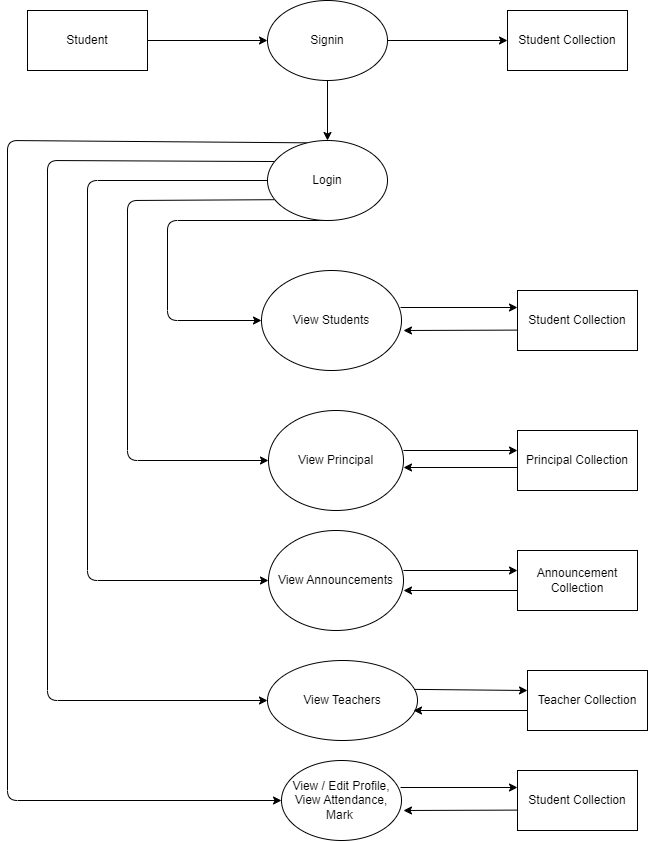
Before: DFD/level 1.3.png, a diagram exported from draw.io (rashinkp/Student-Management-System). Source tidied: cells renumbered, new cells last; positions are measured from the earlier drawing's top-left corner, leaving out a move shared by most shapes. Its diagram source:
```xml
<mxGraphModel>
  <root>
    <mxCell id="0" />
    <mxCell id="1" parent="0" />
    <mxCell id="2" style="edgeStyle=none;html=1;entryX=0;entryY=0.5;entryDx=0;entryDy=0;" parent="1" edge="1" source="3" target="24">
      <mxGeometry relative="1" as="geometry" />
    </mxCell>
    <mxCell id="3" value="Student" style="rounded=0;whiteSpace=wrap;html=1;" parent="1" vertex="1">
      <mxGeometry x="20" y="10" width="120" height="60" as="geometry" />
    </mxCell>
    <mxCell id="4" style="edgeStyle=none;html=1;entryX=0;entryY=0.5;entryDx=0;entryDy=0;exitX=0.5;exitY=1;exitDx=0;exitDy=0;" parent="1" edge="1" source="9" target="11">
      <mxGeometry relative="1" as="geometry">
        <Array as="points">
          <mxPoint x="160" y="220" />
          <mxPoint x="160" y="320" />
        </Array>
      </mxGeometry>
    </mxCell>
    <mxCell id="5" style="edgeStyle=none;html=1;entryX=0;entryY=0.5;entryDx=0;entryDy=0;exitX=0.055;exitY=0.74;exitDx=0;exitDy=0;exitPerimeter=0;" parent="1" edge="1" source="9" target="15">
      <mxGeometry relative="1" as="geometry">
        <Array as="points">
          <mxPoint x="120" y="200" />
          <mxPoint x="120" y="460" />
        </Array>
      </mxGeometry>
    </mxCell>
    <mxCell id="6" style="edgeStyle=none;html=1;entryX=0;entryY=0.5;entryDx=0;entryDy=0;" parent="1" edge="1" source="9" target="19">
      <mxGeometry relative="1" as="geometry">
        <Array as="points">
          <mxPoint x="80" y="180" />
          <mxPoint x="80" y="580" />
        </Array>
      </mxGeometry>
    </mxCell>
    <mxCell id="7" style="edgeStyle=none;html=1;entryX=0;entryY=0.5;entryDx=0;entryDy=0;exitX=0.058;exitY=0.263;exitDx=0;exitDy=0;exitPerimeter=0;" parent="1" edge="1" source="9" target="26">
      <mxGeometry relative="1" as="geometry">
        <Array as="points">
          <mxPoint x="40" y="160" />
          <mxPoint x="40" y="700" />
        </Array>
      </mxGeometry>
    </mxCell>
    <mxCell id="8" style="edgeStyle=none;html=1;entryX=0;entryY=0.5;entryDx=0;entryDy=0;exitX=0.331;exitY=0.029;exitDx=0;exitDy=0;exitPerimeter=0;" parent="1" edge="1" source="9" target="30">
      <mxGeometry relative="1" as="geometry">
        <Array as="points">
          <mxPoint y="140" />
          <mxPoint y="800" />
        </Array>
      </mxGeometry>
    </mxCell>
    <mxCell id="9" value="Login" style="ellipse;whiteSpace=wrap;html=1;" parent="1" vertex="1">
      <mxGeometry x="260" y="140" width="120" height="80" as="geometry" />
    </mxCell>
    <mxCell id="10" style="edgeStyle=none;html=1;exitX=0.993;exitY=0.37;exitDx=0;exitDy=0;exitPerimeter=0;" parent="1" edge="1" source="11">
      <mxGeometry relative="1" as="geometry">
        <mxPoint x="510" y="307" as="targetPoint" />
      </mxGeometry>
    </mxCell>
    <mxCell id="11" value="View Students" style="ellipse;whiteSpace=wrap;html=1;" parent="1" vertex="1">
      <mxGeometry x="254" y="270" width="140" height="100" as="geometry" />
    </mxCell>
    <mxCell id="12" style="edgeStyle=none;html=1;entryX=1.014;entryY=0.6;entryDx=0;entryDy=0;exitX=-0.002;exitY=0.66;exitDx=0;exitDy=0;exitPerimeter=0;entryPerimeter=0;" parent="1" edge="1" source="13" target="11">
      <mxGeometry relative="1" as="geometry" />
    </mxCell>
    <mxCell id="13" value="Student Collection" style="rounded=0;whiteSpace=wrap;html=1;" parent="1" vertex="1">
      <mxGeometry x="510" y="290" width="120" height="60" as="geometry" />
    </mxCell>
    <mxCell id="14" style="edgeStyle=none;html=1;entryX=0;entryY=0.5;entryDx=0;entryDy=0;" parent="1" edge="1">
      <mxGeometry relative="1" as="geometry">
        <mxPoint x="396" y="450" as="sourcePoint" />
        <mxPoint x="510" y="450" as="targetPoint" />
      </mxGeometry>
    </mxCell>
    <mxCell id="15" value="View Principal" style="ellipse;whiteSpace=wrap;html=1;" parent="1" vertex="1">
      <mxGeometry x="261" y="410" width="135" height="100" as="geometry" />
    </mxCell>
    <mxCell id="16" style="edgeStyle=none;html=1;" parent="1" edge="1">
      <mxGeometry relative="1" as="geometry">
        <mxPoint x="510" y="467" as="sourcePoint" />
        <mxPoint x="396" y="467" as="targetPoint" />
      </mxGeometry>
    </mxCell>
    <mxCell id="17" value="Principal Collection" style="rounded=0;whiteSpace=wrap;html=1;" parent="1" vertex="1">
      <mxGeometry x="510" y="430" width="120" height="60" as="geometry" />
    </mxCell>
    <mxCell id="18" style="edgeStyle=none;html=1;entryX=0;entryY=0.5;entryDx=0;entryDy=0;" parent="1" edge="1">
      <mxGeometry relative="1" as="geometry">
        <mxPoint x="396" y="570" as="sourcePoint" />
        <mxPoint x="510" y="570" as="targetPoint" />
      </mxGeometry>
    </mxCell>
    <mxCell id="19" value="View Announcements" style="ellipse;whiteSpace=wrap;html=1;" parent="1" vertex="1">
      <mxGeometry x="261" y="530" width="135" height="100" as="geometry" />
    </mxCell>
    <mxCell id="20" style="edgeStyle=none;html=1;" parent="1" edge="1">
      <mxGeometry relative="1" as="geometry">
        <mxPoint x="510" y="590" as="sourcePoint" />
        <mxPoint x="396" y="590" as="targetPoint" />
      </mxGeometry>
    </mxCell>
    <mxCell id="21" value="Announcement Collection" style="rounded=0;whiteSpace=wrap;html=1;" parent="1" vertex="1">
      <mxGeometry x="510" y="550" width="120" height="60" as="geometry" />
    </mxCell>
    <mxCell id="22" style="edgeStyle=none;html=1;entryX=0.5;entryY=0;entryDx=0;entryDy=0;" parent="1" edge="1" source="24" target="9">
      <mxGeometry relative="1" as="geometry" />
    </mxCell>
    <mxCell id="23" style="edgeStyle=none;html=1;" parent="1" edge="1" source="24" target="25">
      <mxGeometry relative="1" as="geometry" />
    </mxCell>
    <mxCell id="24" value="Signin" style="ellipse;whiteSpace=wrap;html=1;" parent="1" vertex="1">
      <mxGeometry x="260" width="120" height="80" as="geometry" />
    </mxCell>
    <mxCell id="25" value="Student Collection" style="rounded=0;whiteSpace=wrap;html=1;" parent="1" vertex="1">
      <mxGeometry x="500" y="10" width="120" height="60" as="geometry" />
    </mxCell>
    <mxCell id="26" value="View Teachers" style="ellipse;whiteSpace=wrap;html=1;" parent="1" vertex="1">
      <mxGeometry x="260" y="660" width="150" height="80" as="geometry" />
    </mxCell>
    <mxCell id="27" value="Teacher Collection" style="rounded=0;whiteSpace=wrap;html=1;" parent="1" vertex="1">
      <mxGeometry x="520" y="670" width="120" height="60" as="geometry" />
    </mxCell>
    <mxCell id="28" style="edgeStyle=none;html=1;" parent="1" edge="1">
      <mxGeometry relative="1" as="geometry">
        <mxPoint x="520" y="710" as="sourcePoint" />
        <mxPoint x="406" y="710" as="targetPoint" />
      </mxGeometry>
    </mxCell>
    <mxCell id="29" style="edgeStyle=none;html=1;entryX=0;entryY=0.5;entryDx=0;entryDy=0;exitX=0.979;exitY=0.361;exitDx=0;exitDy=0;exitPerimeter=0;" parent="1" edge="1" source="26">
      <mxGeometry relative="1" as="geometry">
        <mxPoint x="520" y="690" as="targetPoint" />
      </mxGeometry>
    </mxCell>
    <mxCell id="30" value="View / Edit Profile, View Attendance, Mark&amp;nbsp;" style="ellipse;whiteSpace=wrap;html=1;" parent="1" vertex="1">
      <mxGeometry x="274" y="760" width="120" height="80" as="geometry" />
    </mxCell>
    <mxCell id="31" style="edgeStyle=none;html=1;exitX=0.993;exitY=0.37;exitDx=0;exitDy=0;exitPerimeter=0;" parent="1" edge="1">
      <mxGeometry relative="1" as="geometry">
        <mxPoint x="393" y="787" as="sourcePoint" />
        <mxPoint x="510" y="787" as="targetPoint" />
      </mxGeometry>
    </mxCell>
    <mxCell id="32" style="edgeStyle=none;html=1;entryX=1.014;entryY=0.6;entryDx=0;entryDy=0;exitX=-0.002;exitY=0.66;exitDx=0;exitDy=0;exitPerimeter=0;entryPerimeter=0;" parent="1" edge="1" source="33">
      <mxGeometry relative="1" as="geometry">
        <mxPoint x="396" y="810" as="targetPoint" />
      </mxGeometry>
    </mxCell>
    <mxCell id="33" value="Student Collection" style="rounded=0;whiteSpace=wrap;html=1;" parent="1" vertex="1">
      <mxGeometry x="510" y="770" width="120" height="60" as="geometry" />
    </mxCell>
  </root>
</mxGraphModel>
```
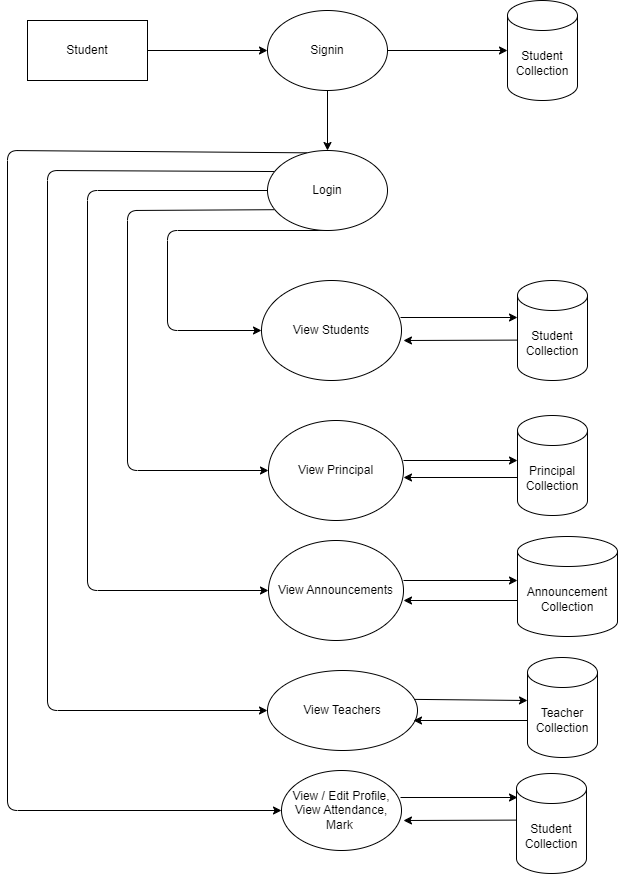
The same file after the commit.

Change to the diagram source:
```diff
@@ -59,12 +59,11 @@
     <mxCell id="11" value="View Students" style="ellipse;whiteSpace=wrap;html=1;" parent="1" vertex="1">
       <mxGeometry x="254" y="270" width="140" height="100" as="geometry" />
     </mxCell>
-    <mxCell id="12" style="edgeStyle=none;html=1;entryX=1.014;entryY=0.6;entryDx=0;entryDy=0;exitX=-0.002;exitY=0.66;exitDx=0;exitDy=0;exitPerimeter=0;entryPerimeter=0;" parent="1" edge="1" source="13" target="11">
-      <mxGeometry relative="1" as="geometry" />
+    <mxCell id="12" style="edgeStyle=none;html=1;entryX=1.014;entryY=0.6;entryDx=0;entryDy=0;exitX=-0.002;exitY=0.66;exitDx=0;exitDy=0;exitPerimeter=0;entryPerimeter=0;" parent="1" edge="1" target="11">
+      <mxGeometry relative="1" as="geometry">
+        <mxPoint x="509.8" y="329.6" as="sourcePoint" />
+      </mxGeometry>
     </mxCell>
-    <mxCell id="13" value="Student Collection" style="rounded=0;whiteSpace=wrap;html=1;" parent="1" vertex="1">
-      <mxGeometry x="510" y="290" width="120" height="60" as="geometry" />
-    </mxCell>
     <mxCell id="14" style="edgeStyle=none;html=1;entryX=0;entryY=0.5;entryDx=0;entryDy=0;" parent="1" edge="1">
       <mxGeometry relative="1" as="geometry">
         <mxPoint x="396" y="450" as="sourcePoint" />
@@ -80,9 +79,6 @@
         <mxPoint x="396" y="467" as="targetPoint" />
       </mxGeometry>
     </mxCell>
-    <mxCell id="17" value="Principal Collection" style="rounded=0;whiteSpace=wrap;html=1;" parent="1" vertex="1">
-      <mxGeometry x="510" y="430" width="120" height="60" as="geometry" />
-    </mxCell>
     <mxCell id="18" style="edgeStyle=none;html=1;entryX=0;entryY=0.5;entryDx=0;entryDy=0;" parent="1" edge="1">
       <mxGeometry relative="1" as="geometry">
         <mxPoint x="396" y="570" as="sourcePoint" />
@@ -98,27 +94,20 @@
         <mxPoint x="396" y="590" as="targetPoint" />
       </mxGeometry>
     </mxCell>
-    <mxCell id="21" value="Announcement Collection" style="rounded=0;whiteSpace=wrap;html=1;" parent="1" vertex="1">
-      <mxGeometry x="510" y="550" width="120" height="60" as="geometry" />
-    </mxCell>
     <mxCell id="22" style="edgeStyle=none;html=1;entryX=0.5;entryY=0;entryDx=0;entryDy=0;" parent="1" edge="1" source="24" target="9">
       <mxGeometry relative="1" as="geometry" />
     </mxCell>
-    <mxCell id="23" style="edgeStyle=none;html=1;" parent="1" edge="1" source="24" target="25">
-      <mxGeometry relative="1" as="geometry" />
+    <mxCell id="23" style="edgeStyle=none;html=1;" parent="1" edge="1" source="24">
+      <mxGeometry relative="1" as="geometry">
+        <mxPoint x="500" y="40" as="targetPoint" />
+      </mxGeometry>
     </mxCell>
     <mxCell id="24" value="Signin" style="ellipse;whiteSpace=wrap;html=1;" parent="1" vertex="1">
       <mxGeometry x="260" width="120" height="80" as="geometry" />
     </mxCell>
-    <mxCell id="25" value="Student Collection" style="rounded=0;whiteSpace=wrap;html=1;" parent="1" vertex="1">
-      <mxGeometry x="500" y="10" width="120" height="60" as="geometry" />
-    </mxCell>
     <mxCell id="26" value="View Teachers" style="ellipse;whiteSpace=wrap;html=1;" parent="1" vertex="1">
       <mxGeometry x="260" y="660" width="150" height="80" as="geometry" />
     </mxCell>
-    <mxCell id="27" value="Teacher Collection" style="rounded=0;whiteSpace=wrap;html=1;" parent="1" vertex="1">
-      <mxGeometry x="520" y="670" width="120" height="60" as="geometry" />
-    </mxCell>
     <mxCell id="28" style="edgeStyle=none;html=1;" parent="1" edge="1">
       <mxGeometry relative="1" as="geometry">
         <mxPoint x="520" y="710" as="sourcePoint" />
@@ -139,13 +128,29 @@
         <mxPoint x="510" y="787" as="targetPoint" />
       </mxGeometry>
     </mxCell>
-    <mxCell id="32" style="edgeStyle=none;html=1;entryX=1.014;entryY=0.6;entryDx=0;entryDy=0;exitX=-0.002;exitY=0.66;exitDx=0;exitDy=0;exitPerimeter=0;entryPerimeter=0;" parent="1" edge="1" source="33">
+    <mxCell id="32" style="edgeStyle=none;html=1;entryX=1.014;entryY=0.6;entryDx=0;entryDy=0;exitX=-0.002;exitY=0.66;exitDx=0;exitDy=0;exitPerimeter=0;entryPerimeter=0;" parent="1" edge="1">
       <mxGeometry relative="1" as="geometry">
+        <mxPoint x="509.8" y="809.6" as="sourcePoint" />
         <mxPoint x="396" y="810" as="targetPoint" />
       </mxGeometry>
     </mxCell>
-    <mxCell id="33" value="Student Collection" style="rounded=0;whiteSpace=wrap;html=1;" parent="1" vertex="1">
-      <mxGeometry x="510" y="770" width="120" height="60" as="geometry" />
-    </mxCell>
+    <mxCell id="34" value="Student Collection" style="shape=cylinder3;whiteSpace=wrap;html=1;boundedLbl=1;backgroundOutline=1;size=15;" parent="1" vertex="1">
+      <mxGeometry x="500" y="-10" width="70" height="100" as="geometry" />
+    </mxCell>
+    <mxCell id="35" value="Student Collection" style="shape=cylinder3;whiteSpace=wrap;html=1;boundedLbl=1;backgroundOutline=1;size=15;" parent="1" vertex="1">
+      <mxGeometry x="510" y="270" width="70" height="100" as="geometry" />
+    </mxCell>
+    <mxCell id="17" value="Principal Collection" style="shape=cylinder3;whiteSpace=wrap;html=1;boundedLbl=1;backgroundOutline=1;size=15;" parent="1" vertex="1">
+      <mxGeometry x="510" y="405" width="70" height="100" as="geometry" />
+    </mxCell>
+    <mxCell id="21" value="Announcement Collection" style="shape=cylinder3;whiteSpace=wrap;html=1;boundedLbl=1;backgroundOutline=1;size=15;" parent="1" vertex="1">
+      <mxGeometry x="510" y="526" width="100" height="100" as="geometry" />
+    </mxCell>
+    <mxCell id="27" value="Teacher Collection" style="shape=cylinder3;whiteSpace=wrap;html=1;boundedLbl=1;backgroundOutline=1;size=15;" parent="1" vertex="1">
+      <mxGeometry x="520" y="647" width="70" height="100" as="geometry" />
+    </mxCell>
+    <mxCell id="36" value="Student Collection" style="shape=cylinder3;whiteSpace=wrap;html=1;boundedLbl=1;backgroundOutline=1;size=15;" parent="1" vertex="1">
+      <mxGeometry x="509" y="763" width="70" height="100" as="geometry" />
+    </mxCell>
   </root>
 </mxGraphModel>
```
